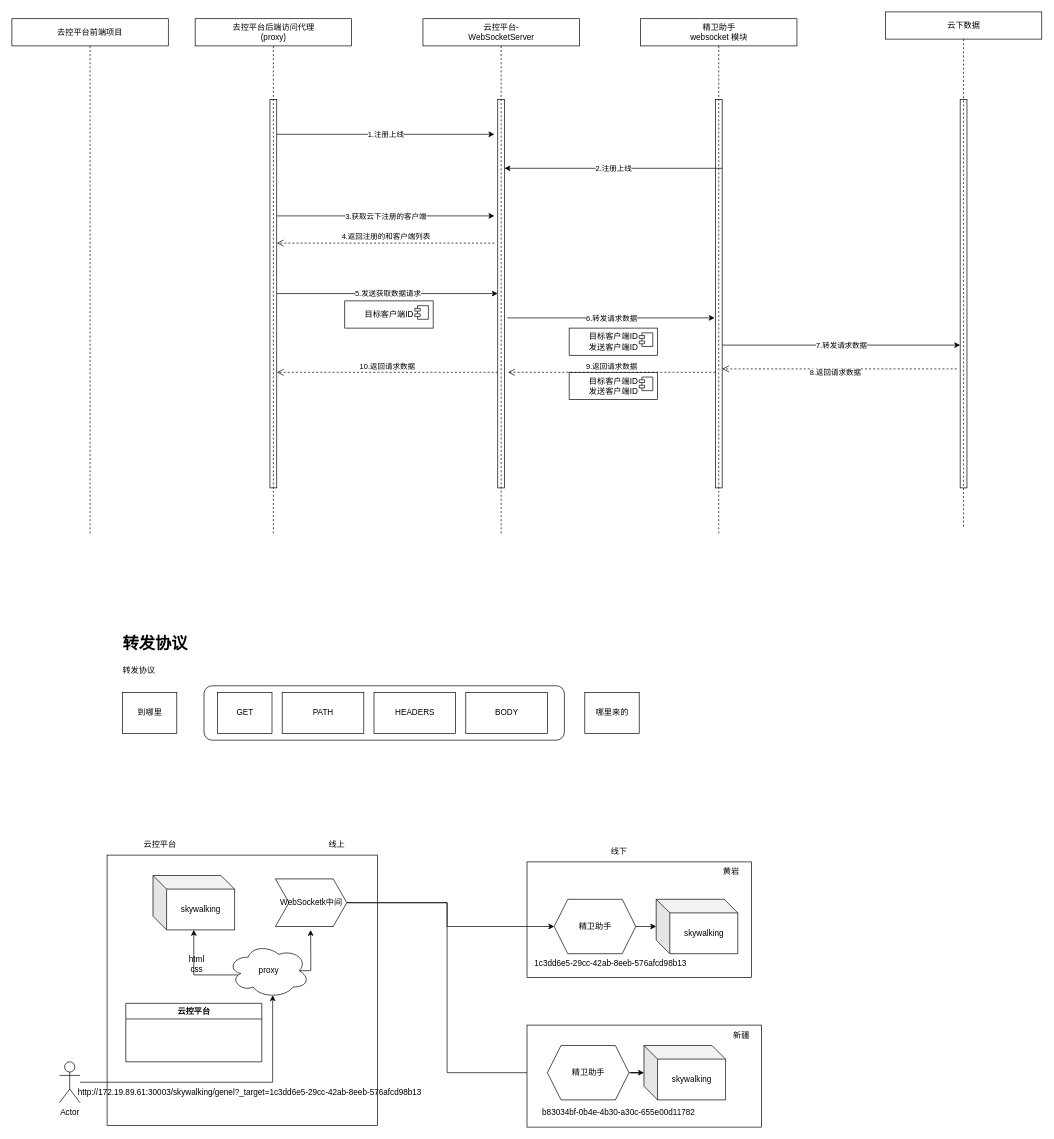
The draw.io diagram 云控平台.drawio in Snuger/draw, before the edit. Source tidied: cells renumbered, new cells numbered last; positions are measured from the earlier drawing's top-left corner, leaving out a move shared by most shapes. Both pictures are drawn from the tidied source at 68%, with x=0, y=0 at pixel (12, 12).
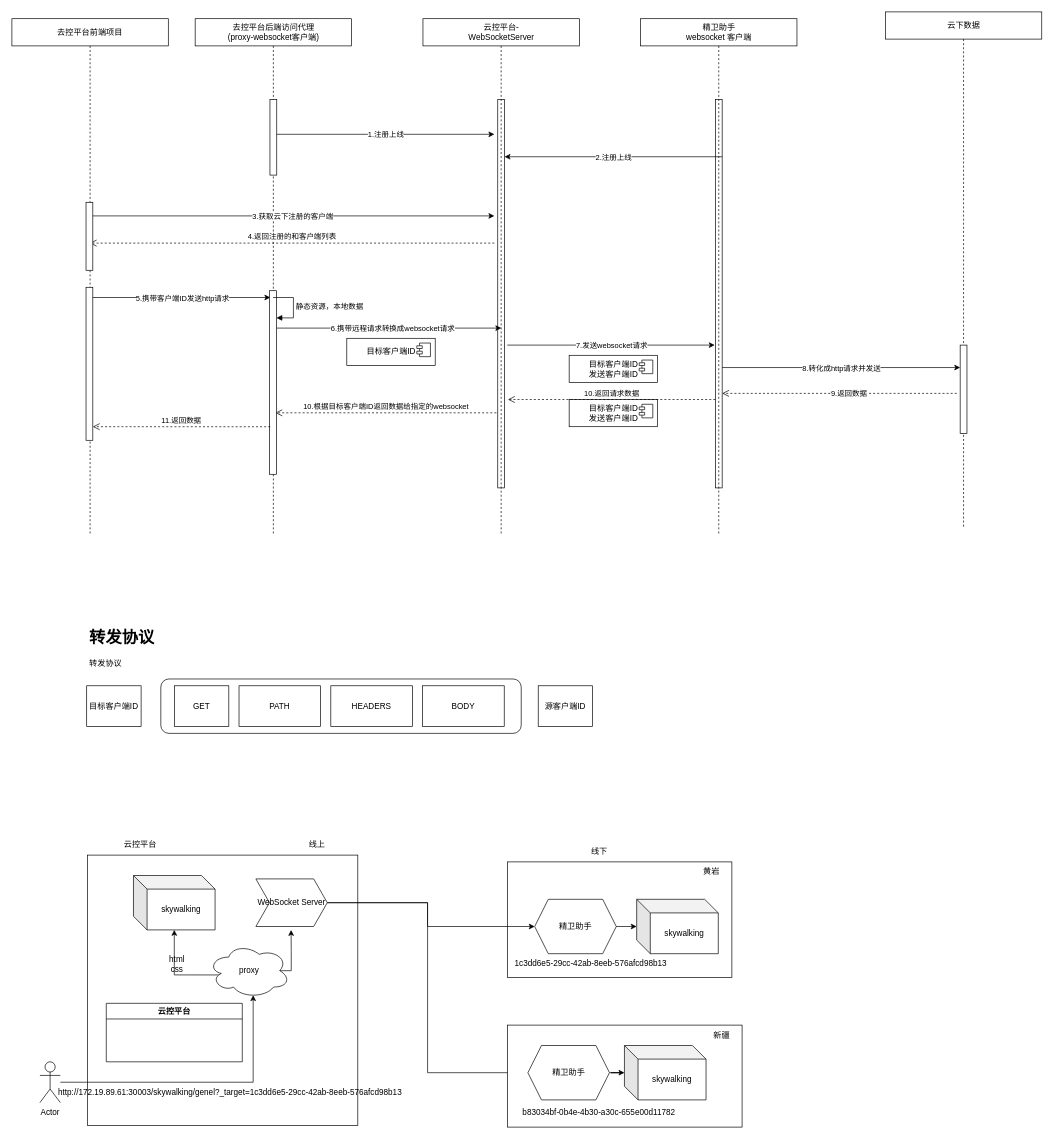
The same page after the edit.

Commit message (it also covers changes not shown here):
更新云控平台.drawio

Unchanged cells that the change refers to:
```xml
<mxCell id="5" style="html=1;points=[[0,0,0,0,5],[0,1,0,0,-5],[1,0,0,0,5],[1,1,0,0,-5]];perimeter=orthogonalPerimeter;outlineConnect=0;targetShapes=umlLifeline;portConstraint=eastwest;newEdgeStyle={&quot;curved&quot;:0,&quot;rounded&quot;:0};" parent="1" vertex="1">
  <mxGeometry x="714.5" y="129" width="10" height="571" as="geometry" />
</mxCell>
<mxCell id="68" value="去控平台前端项目" style="shape=umlLifeline;perimeter=lifelinePerimeter;whiteSpace=wrap;html=1;outlineConnect=0;portConstraint=eastwest;newEdgeStyle={&quot;curved&quot;:0,&quot;rounded&quot;:0};" parent="1" vertex="1">
  <mxGeometry y="10" width="230" height="760" as="geometry" />
</mxCell>
```

What changed in the source:
```diff
@@
+    <mxCell id="33" value="云下数据" style="shape=umlLifeline;perimeter=lifelinePerimeter;whiteSpace=wrap;html=1;newEdgeStyle={&quot;curved&quot;:0,&quot;rounded&quot;:0};" parent="1" vertex="1">
+      <mxGeometry x="1284.5" width="230" height="760" as="geometry" />
+    </mxCell>
+    <mxCell id="69" value="去控平台后端访问代理&lt;br style=&quot;border-color: var(--border-color);&quot;&gt;(proxy-websocket客户端)" style="shape=umlLifeline;perimeter=lifelinePerimeter;whiteSpace=wrap;html=1;newEdgeStyle={&quot;curved&quot;:0,&quot;rounded&quot;:0};" parent="1" vertex="1">
+      <mxGeometry x="269.5" y="10" width="230" height="760" as="geometry" />
+    </mxCell>
     <mxCell id="2" style="rounded=0;whiteSpace=wrap;html=1;" parent="1" vertex="1">
-      <mxGeometry x="757.5" y="1250" width="330" height="170" as="geometry" />
+      <mxGeometry x="728.8" y="1250" width="330" height="170" as="geometry" />
     </mxCell>
     <mxCell id="3" style="rounded=1;whiteSpace=wrap;html=1;" parent="1" vertex="1">
-      <mxGeometry x="282.5" y="991" width="530" height="80" as="geometry" />
+      <mxGeometry x="219" y="981" width="530" height="80" as="geometry" />
     </mxCell>
     <mxCell id="4" style="html=1;points=[[0,0,0,0,5],[0,1,0,0,-5],[1,0,0,0,5],[1,1,0,0,-5]];perimeter=orthogonalPerimeter;outlineConnect=0;targetShapes=umlLifeline;portConstraint=eastwest;newEdgeStyle={&quot;curved&quot;:0,&quot;rounded&quot;:0};" parent="1" vertex="1">
-      <mxGeometry x="379.5" y="129" width="10" height="571" as="geometry" />
+      <mxGeometry x="379.5" y="129" width="10" height="111" as="geometry" />
     </mxCell>
@@
     <mxCell id="7" style="html=1;points=[[0,0,0,0,5],[0,1,0,0,-5],[1,0,0,0,5],[1,1,0,0,-5]];perimeter=orthogonalPerimeter;outlineConnect=0;targetShapes=umlLifeline;portConstraint=eastwest;newEdgeStyle={&quot;curved&quot;:0,&quot;rounded&quot;:0};" parent="1" vertex="1">
-      <mxGeometry x="1394.5" y="129" width="10" height="571" as="geometry" />
+      <mxGeometry x="1394.5" y="490" width="10" height="130" as="geometry" />
     </mxCell>
@@
-    <mxCell id="10" style="endArrow=classic;html=1;rounded=0;" parent="1" edge="1" target="5">
+    <mxCell id="10" style="endArrow=classic;html=1;rounded=0;" parent="1" edge="1">
       <mxGeometry relative="1" as="geometry">
-        <mxPoint x="1044.5" y="230" as="sourcePoint" />
+        <mxPoint x="1044.5" y="213" as="sourcePoint" />
+        <mxPoint x="724.5" y="213" as="targetPoint" />
       </mxGeometry>
     </mxCell>
@@
-    <mxCell id="12" style="endArrow=classic;html=1;rounded=0;" parent="1" edge="1">
+    <mxCell id="12" style="endArrow=classic;html=1;rounded=0;" parent="1" edge="1" source="68">
       <mxGeometry relative="1" as="geometry">
-        <mxPoint x="389.5" y="300" as="sourcePoint" />
         <mxPoint x="709.5" y="300" as="targetPoint" />
       </mxGeometry>
     </mxCell>
@@
-    <mxCell id="14" value="4.返回注册的和客户端列表" style="html=1;verticalAlign=bottom;endArrow=open;dashed=1;endSize=8;curved=0;rounded=0;" parent="1" edge="1">
+    <mxCell id="14" value="4.返回注册的和客户端列表" style="html=1;verticalAlign=bottom;endArrow=open;dashed=1;endSize=8;curved=0;rounded=0;" parent="1" edge="1" target="68">
       <mxGeometry relative="1" as="geometry">
         <mxPoint x="709.5" y="340" as="sourcePoint" />
-        <mxPoint x="389.5" y="340" as="targetPoint" />
       </mxGeometry>
     </mxCell>
-    <mxCell id="15" style="endArrow=classic;html=1;rounded=0;" parent="1" edge="1" source="4">
+    <mxCell id="15" style="endArrow=classic;html=1;rounded=0;" parent="1" edge="1">
       <mxGeometry relative="1" as="geometry">
-        <mxPoint x="714.5" y="414.2" as="targetPoint" />
+        <mxPoint x="389.5" y="465" as="sourcePoint" />
+        <mxPoint x="719.7" y="465" as="targetPoint" />
       </mxGeometry>
     </mxCell>
-    <mxCell id="16" value="5.发送获取数据请求" style="edgeLabel;html=1;align=center;verticalAlign=middle;" parent="15" vertex="1">
-      <mxGeometry relative="1" as="geometry" />
+    <mxCell id="16" value="6.携带远程请求转换成websocket请求" style="edgeLabel;html=1;align=center;verticalAlign=middle;" parent="15" vertex="1">
+      <mxGeometry relative="1" as="geometry">
+        <mxPoint x="5" as="offset" />
+      </mxGeometry>
     </mxCell>
     <mxCell id="17" value="目标客户端ID" style="html=1;whiteSpace=wrap;" parent="1" vertex="1">
-      <mxGeometry x="489.5" y="425" width="130" height="40" as="geometry" />
+      <mxGeometry x="492.5" y="480" width="130" height="40" as="geometry" />
     </mxCell>
@@
     <mxCell id="19" style="endArrow=classic;html=1;rounded=0;" parent="1" edge="1">
       <mxGeometry relative="1" as="geometry">
-        <mxPoint x="728.5" y="450" as="sourcePoint" />
-        <mxPoint x="1033.5" y="450" as="targetPoint" />
+        <mxPoint x="728.5" y="490" as="sourcePoint" />
+        <mxPoint x="1033.5" y="490" as="targetPoint" />
       </mxGeometry>
     </mxCell>
-    <mxCell id="20" value="6.转发请求数据" style="edgeLabel;html=1;align=center;verticalAlign=middle;" parent="19" vertex="1">
+    <mxCell id="20" value="7.发送websocket请求" style="edgeLabel;html=1;align=center;verticalAlign=middle;" parent="19" vertex="1">
       <mxGeometry relative="1" as="geometry" />
     </mxCell>
     <mxCell id="21" value="目标客户端ID&lt;br&gt;发送客户端ID" style="html=1;whiteSpace=wrap;" parent="1" vertex="1">
-      <mxGeometry x="819.5" y="465" width="130" height="40" as="geometry" />
+      <mxGeometry x="819.5" y="505" width="130" height="40" as="geometry" />
     </mxCell>
@@
-    <mxCell id="23" style="endArrow=classic;html=1;rounded=0;" parent="1" edge="1" target="7">
+    <mxCell id="23" style="endArrow=classic;html=1;rounded=0;" parent="1" edge="1">
       <mxGeometry relative="1" as="geometry">
-        <mxPoint x="1044.5" y="490" as="sourcePoint" />
+        <mxPoint x="1044.5" y="523" as="sourcePoint" />
+        <mxPoint x="1394.5" y="523" as="targetPoint" />
       </mxGeometry>
     </mxCell>
-    <mxCell id="24" value="7.转发请求数据" style="edgeLabel;html=1;align=center;verticalAlign=middle;" parent="23" vertex="1">
+    <mxCell id="24" value="8.转化成http请求并发送" style="edgeLabel;html=1;align=center;verticalAlign=middle;" parent="23" vertex="1">
       <mxGeometry relative="1" as="geometry" />
     </mxCell>
     <mxCell id="25" value="目标客户端ID&lt;br&gt;发送客户端ID" style="html=1;whiteSpace=wrap;" parent="1" vertex="1">
-      <mxGeometry x="819.5" y="530" width="130" height="40" as="geometry" />
+      <mxGeometry x="819.5" y="570" width="130" height="40" as="geometry" />
     </mxCell>
@@
-    <mxCell id="27" value="8.返回请求数据" style="html=1;verticalAlign=bottom;endArrow=open;dashed=1;endSize=8;curved=0;rounded=0;" parent="1" edge="1">
-      <mxGeometry x="0.04" y="15" relative="1" as="geometry">
-        <mxPoint x="1389.5" y="525" as="sourcePoint" />
-        <mxPoint x="1044.5" y="525" as="targetPoint" />
+    <mxCell id="27" value="9.返回数据" style="html=1;verticalAlign=bottom;endArrow=open;dashed=1;endSize=8;curved=0;rounded=0;" parent="1" edge="1">
+      <mxGeometry x="-0.08" y="9" relative="1" as="geometry">
+        <mxPoint x="1389.5" y="561" as="sourcePoint" />
+        <mxPoint x="1044.5" y="561" as="targetPoint" />
       </mxGeometry>
     </mxCell>
-    <mxCell id="28" value="9.返回请求数据" style="html=1;verticalAlign=bottom;endArrow=open;dashed=1;endSize=8;curved=0;rounded=0;" parent="1" edge="1">
+    <mxCell id="28" value="10.返回请求数据" style="html=1;verticalAlign=bottom;endArrow=open;dashed=1;endSize=8;curved=0;rounded=0;" parent="1" edge="1">
       <mxGeometry relative="1" as="geometry">
-        <mxPoint x="1034.5" y="530" as="sourcePoint" />
-        <mxPoint x="729.5" y="530" as="targetPoint" />
+        <mxPoint x="1034.5" y="570" as="sourcePoint" />
+        <mxPoint x="729.5" y="570" as="targetPoint" />
       </mxGeometry>
     </mxCell>
-    <mxCell id="29" value="10.返回请求数据" style="html=1;verticalAlign=bottom;endArrow=open;dashed=1;endSize=8;curved=0;rounded=0;" parent="1" edge="1">
+    <mxCell id="29" value="10.根据目标客户端ID返回数据给指定的websocket" style="html=1;verticalAlign=bottom;endArrow=open;dashed=1;endSize=8;curved=0;rounded=0;" parent="1" edge="1">
       <mxGeometry relative="1" as="geometry">
-        <mxPoint x="714.5" y="530" as="sourcePoint" />
-        <mxPoint x="389.5" y="530" as="targetPoint" />
+        <mxPoint x="712.5" y="589.6" as="sourcePoint" />
+        <mxPoint x="387.5" y="589.6" as="targetPoint" />
       </mxGeometry>
     </mxCell>
-    <mxCell id="30" value="去控平台后端访问代理&lt;br&gt;(proxy)" style="shape=umlLifeline;perimeter=lifelinePerimeter;whiteSpace=wrap;html=1;newEdgeStyle={&quot;curved&quot;:0,&quot;rounded&quot;:0};" parent="1" vertex="1">
-      <mxGeometry x="269.5" y="10" width="230" height="760" as="geometry" />
-    </mxCell>
@@
-    <mxCell id="32" value="精卫助手&lt;br style=&quot;border-color: var(--border-color);&quot;&gt;websocket&amp;nbsp;模块" style="shape=umlLifeline;perimeter=lifelinePerimeter;whiteSpace=wrap;html=1;newEdgeStyle={&quot;curved&quot;:0,&quot;rounded&quot;:0};" parent="1" vertex="1">
+    <mxCell id="32" value="精卫助手&lt;br style=&quot;border-color: var(--border-color);&quot;&gt;websocket&amp;nbsp;客户端" style="shape=umlLifeline;perimeter=lifelinePerimeter;whiteSpace=wrap;html=1;newEdgeStyle={&quot;curved&quot;:0,&quot;rounded&quot;:0};" parent="1" vertex="1">
       <mxGeometry x="924.5" y="10" width="230" height="760" as="geometry" />
     </mxCell>
-    <mxCell id="33" value="云下数据" style="shape=umlLifeline;perimeter=lifelinePerimeter;whiteSpace=wrap;html=1;newEdgeStyle={&quot;curved&quot;:0,&quot;rounded&quot;:0};" parent="1" vertex="1">
-      <mxGeometry x="1284.5" width="230" height="760" as="geometry" />
-    </mxCell>
     <mxCell id="34" value="GET" style="rounded=0;whiteSpace=wrap;html=1;" parent="1" vertex="1">
-      <mxGeometry x="302.5" y="1001" width="80" height="60" as="geometry" />
+      <mxGeometry x="239" y="991" width="80" height="60" as="geometry" />
     </mxCell>
     <mxCell id="35" value="PATH" style="rounded=0;whiteSpace=wrap;html=1;" parent="1" vertex="1">
-      <mxGeometry x="397.5" y="1001" width="120" height="60" as="geometry" />
+      <mxGeometry x="334" y="991" width="120" height="60" as="geometry" />
     </mxCell>
     <mxCell id="36" value="HEADERS" style="rounded=0;whiteSpace=wrap;html=1;" parent="1" vertex="1">
-      <mxGeometry x="532.5" y="1001" width="120" height="60" as="geometry" />
+      <mxGeometry x="469" y="991" width="120" height="60" as="geometry" />
     </mxCell>
     <mxCell id="37" value="BODY" style="rounded=0;whiteSpace=wrap;html=1;" parent="1" vertex="1">
-      <mxGeometry x="667.5" y="1001" width="120" height="60" as="geometry" />
+      <mxGeometry x="604" y="991" width="120" height="60" as="geometry" />
     </mxCell>
-    <mxCell id="38" value="到哪里" style="rounded=0;whiteSpace=wrap;html=1;" parent="1" vertex="1">
-      <mxGeometry x="162.5" y="1001" width="80" height="60" as="geometry" />
+    <mxCell id="38" value="目标客户端ID" style="rounded=0;whiteSpace=wrap;html=1;" parent="1" vertex="1">
+      <mxGeometry x="110" y="991" width="80" height="60" as="geometry" />
     </mxCell>
-    <mxCell id="39" value="哪里来的" style="rounded=0;whiteSpace=wrap;html=1;" parent="1" vertex="1">
-      <mxGeometry x="842.5" y="1001" width="80" height="60" as="geometry" />
+    <mxCell id="39" value="源客户端ID" style="rounded=0;whiteSpace=wrap;html=1;" parent="1" vertex="1">
+      <mxGeometry x="774" y="991" width="80" height="60" as="geometry" />
     </mxCell>
     <mxCell id="40" value="&lt;h1&gt;转发协议&lt;/h1&gt;&lt;p&gt;转发协议&lt;/p&gt;" style="text;html=1;strokeColor=none;fillColor=none;spacing=5;spacingTop=-20;whiteSpace=wrap;overflow=hidden;rounded=0;" parent="1" vertex="1">
-      <mxGeometry x="157.5" y="910" width="190" height="70" as="geometry" />
+      <mxGeometry x="109" y="900" width="190" height="70" as="geometry" />
     </mxCell>
     <mxCell id="41" style="whiteSpace=wrap;html=1;" parent="1" vertex="1">
-      <mxGeometry x="140" y="1240" width="397.5" height="397.5" as="geometry" />
+      <mxGeometry x="111.2" y="1240" width="397.5" height="397.5" as="geometry" />
     </mxCell>
     <mxCell id="42" value="skywalking" style="shape=cube;whiteSpace=wrap;html=1;boundedLbl=1;backgroundOutline=1;darkOpacity=0.05;darkOpacity2=0.1;" parent="1" vertex="1">
-      <mxGeometry x="207.5" y="1270" width="120" height="80" as="geometry" />
+      <mxGeometry x="178.8" y="1270" width="120" height="80" as="geometry" />
     </mxCell>
     <mxCell id="43" style="edgeStyle=orthogonalEdgeStyle;rounded=0;jettySize=auto;html=1;exitX=0.172;exitY=0.578;exitDx=0;exitDy=0;exitPerimeter=0;" parent="1" edge="1" source="45" target="42">
       <mxGeometry relative="1" as="geometry">
         <Array as="points">
-          <mxPoint x="267.5" y="1416" />
+          <mxPoint x="238.8" y="1416" />
         </Array>
       </mxGeometry>
     </mxCell>
     <mxCell id="44" style="edgeStyle=orthogonalEdgeStyle;rounded=0;jettySize=auto;html=1;entryX=0.493;entryY=1.073;entryDx=0;entryDy=0;entryPerimeter=0;exitX=0.875;exitY=0.5;exitDx=0;exitDy=0;exitPerimeter=0;" parent="1" edge="1" source="45" target="55">
       <mxGeometry relative="1" as="geometry">
         <Array as="points">
-          <mxPoint x="439.5" y="1410" />
-          <mxPoint x="439.5" y="1380" />
+          <mxPoint x="410.8" y="1410" />
+          <mxPoint x="410.8" y="1380" />
         </Array>
       </mxGeometry>
     </mxCell>
     <mxCell id="45" value="proxy" style="ellipse;shape=cloud;whiteSpace=wrap;html=1;" parent="1" vertex="1">
-      <mxGeometry x="317.5" y="1370" width="120" height="80" as="geometry" />
+      <mxGeometry x="288.8" y="1370" width="120" height="80" as="geometry" />
     </mxCell>
     <mxCell id="46" value="线上" style="text;html=1;strokeColor=none;fillColor=none;align=center;verticalAlign=middle;whiteSpace=wrap;rounded=0;" parent="1" vertex="1">
-      <mxGeometry x="447.5" y="1210" width="60" height="30" as="geometry" />
+      <mxGeometry x="418.8" y="1210" width="60" height="30" as="geometry" />
     </mxCell>
     <mxCell id="47" value="线下" style="text;html=1;strokeColor=none;fillColor=none;align=center;verticalAlign=middle;whiteSpace=wrap;rounded=0;" parent="1" vertex="1">
-      <mxGeometry x="862.5" y="1220" width="60" height="30" as="geometry" />
+      <mxGeometry x="833.8" y="1220" width="60" height="30" as="geometry" />
     </mxCell>
     <mxCell id="48" value="Actor" style="shape=umlActor;verticalLabelPosition=bottom;verticalAlign=top;html=1;outlineConnect=0;" parent="1" vertex="1">
-      <mxGeometry x="70" y="1544" width="30" height="60" as="geometry" />
+      <mxGeometry x="41.2" y="1544" width="30" height="60" as="geometry" />
     </mxCell>
@@
     <mxCell id="50" value="http://172.19.89.61:30003/skywalking/genel?_target=1c3dd6e5-29cc-42ab-8eeb-576afcd98b13" style="text;html=1;strokeColor=none;fillColor=none;align=center;verticalAlign=middle;whiteSpace=wrap;rounded=0;" parent="1" vertex="1">
-      <mxGeometry x="75" y="1574" width="550" height="30" as="geometry" />
+      <mxGeometry x="46.2" y="1574" width="550" height="30" as="geometry" />
     </mxCell>
     <mxCell id="51" value="html&lt;br&gt;css" style="text;html=1;strokeColor=none;fillColor=none;align=center;verticalAlign=middle;whiteSpace=wrap;rounded=0;" parent="1" vertex="1">
-      <mxGeometry x="241.5" y="1385" width="60" height="30" as="geometry" />
+      <mxGeometry x="212.8" y="1385" width="60" height="30" as="geometry" />
     </mxCell>
     <mxCell id="52" value="skywalking" style="shape=cube;whiteSpace=wrap;html=1;boundedLbl=1;backgroundOutline=1;darkOpacity=0.05;darkOpacity2=0.1;" parent="1" vertex="1">
-      <mxGeometry x="947.5" y="1305" width="120" height="80" as="geometry" />
+      <mxGeometry x="918.8" y="1305" width="120" height="80" as="geometry" />
     </mxCell>
     <mxCell id="53" style="edgeStyle=orthogonalEdgeStyle;rounded=0;jettySize=auto;html=1;" parent="1" edge="1" source="55" target="63">
       <mxGeometry relative="1" as="geometry">
         <Array as="points">
-          <mxPoint x="640" y="1310" />
-          <mxPoint x="640" y="1345" />
+          <mxPoint x="611.2" y="1310" />
+          <mxPoint x="611.2" y="1345" />
         </Array>
       </mxGeometry>
     </mxCell>
@@
-    <mxCell id="55" value="WebSocketk中间" style="shape=step;perimeter=stepPerimeter;whiteSpace=wrap;html=1;fixedSize=1;" parent="1" vertex="1">
-      <mxGeometry x="387.5" y="1275" width="105" height="70" as="geometry" />
+    <mxCell id="55" value="WebSocket&amp;nbsp;Server" style="shape=step;perimeter=stepPerimeter;whiteSpace=wrap;html=1;fixedSize=1;" parent="1" vertex="1">
+      <mxGeometry x="358.8" y="1275" width="105" height="70" as="geometry" />
     </mxCell>
     <mxCell id="56" value="云控平台" style="text;html=1;strokeColor=none;fillColor=none;align=center;verticalAlign=middle;whiteSpace=wrap;rounded=0;" parent="1" vertex="1">
-      <mxGeometry x="187.5" y="1210" width="60" height="30" as="geometry" />
+      <mxGeometry x="158.8" y="1210" width="60" height="30" as="geometry" />
     </mxCell>
     <mxCell id="57" style="rounded=0;whiteSpace=wrap;html=1;" parent="1" vertex="1">
-      <mxGeometry x="757.5" y="1490" width="345" height="150" as="geometry" />
+      <mxGeometry x="728.8" y="1490" width="345" height="150" as="geometry" />
     </mxCell>
     <mxCell id="58" value="skywalking" style="shape=cube;whiteSpace=wrap;html=1;boundedLbl=1;backgroundOutline=1;darkOpacity=0.05;darkOpacity2=0.1;" parent="1" vertex="1">
-      <mxGeometry x="929.5" y="1520" width="120" height="80" as="geometry" />
+      <mxGeometry x="900.8" y="1520" width="120" height="80" as="geometry" />
     </mxCell>
     <mxCell id="59" value="黄岩" style="text;html=1;strokeColor=none;fillColor=none;align=center;verticalAlign=middle;whiteSpace=wrap;rounded=0;" parent="1" vertex="1">
-      <mxGeometry x="1027.5" y="1250" width="60" height="30" as="geometry" />
+      <mxGeometry x="998.8" y="1250" width="60" height="30" as="geometry" />
     </mxCell>
     <mxCell id="60" value="新疆" style="text;html=1;strokeColor=none;fillColor=none;align=center;verticalAlign=middle;whiteSpace=wrap;rounded=0;" parent="1" vertex="1">
-      <mxGeometry x="1042.5" y="1490" width="60" height="30" as="geometry" />
+      <mxGeometry x="1013.8" y="1490" width="60" height="30" as="geometry" />
     </mxCell>
     <mxCell id="61" value="1c3dd6e5-29cc-42ab-8eeb-576afcd98b13" style="text;html=1;strokeColor=none;fillColor=none;align=center;verticalAlign=middle;whiteSpace=wrap;rounded=0;" parent="1" vertex="1">
-      <mxGeometry x="732.5" y="1385" width="295" height="30" as="geometry" />
+      <mxGeometry x="703.8" y="1385" width="295" height="30" as="geometry" />
     </mxCell>
     <mxCell id="62" value="b83034bf-0b4e-4b30-a30c-655e00d11782" style="text;html=1;strokeColor=none;fillColor=none;align=center;verticalAlign=middle;whiteSpace=wrap;rounded=0;" parent="1" vertex="1">
-      <mxGeometry x="744.5" y="1604" width="295" height="30" as="geometry" />
+      <mxGeometry x="715.8" y="1604" width="295" height="30" as="geometry" />
     </mxCell>
     <mxCell id="63" value="精卫助手" style="shape=hexagon;perimeter=hexagonPerimeter2;whiteSpace=wrap;html=1;fixedSize=1;" parent="1" vertex="1">
-      <mxGeometry x="797.5" y="1305" width="120" height="80" as="geometry" />
+      <mxGeometry x="768.8" y="1305" width="120" height="80" as="geometry" />
     </mxCell>
@@
     <mxCell id="65" value="精卫助手" style="shape=hexagon;perimeter=hexagonPerimeter2;whiteSpace=wrap;html=1;fixedSize=1;" parent="1" vertex="1">
-      <mxGeometry x="787.5" y="1520" width="120" height="80" as="geometry" />
+      <mxGeometry x="758.8" y="1520" width="120" height="80" as="geometry" />
     </mxCell>
     <mxCell id="66" value="云控平台" style="swimlane;whiteSpace=wrap;html=1;fillColor=#FFFFFF;" parent="1" vertex="1">
-      <mxGeometry x="167.5" y="1458" width="200" height="86" as="geometry" />
+      <mxGeometry x="138.8" y="1458" width="200" height="86" as="geometry" />
     </mxCell>
@@
+    <mxCell id="70" style="html=1;points=[[0,0,0,0,5],[0,1,0,0,-5],[1,0,0,0,5],[1,1,0,0,-5]];perimeter=orthogonalPerimeter;outlineConnect=0;targetShapes=umlLifeline;portConstraint=eastwest;newEdgeStyle={&quot;curved&quot;:0,&quot;rounded&quot;:0};" parent="68" vertex="1">
+      <mxGeometry x="109" y="395" width="10" height="225" as="geometry" />
+    </mxCell>
+    <mxCell id="71" style="endArrow=classic;html=1;rounded=0;" parent="1" edge="1" source="70">
+      <mxGeometry relative="1" as="geometry">
+        <mxPoint x="380" y="420" as="targetPoint" />
+      </mxGeometry>
+    </mxCell>
+    <mxCell id="72" value="5.携带客户端ID发送http请求" style="edgeLabel;html=1;align=center;verticalAlign=middle;" parent="71" vertex="1">
+      <mxGeometry relative="1" as="geometry" />
+    </mxCell>
+    <mxCell id="73" style="html=1;points=[[0,0,0,0,5],[0,1,0,0,-5],[1,0,0,0,5],[1,1,0,0,-5]];perimeter=orthogonalPerimeter;outlineConnect=0;targetShapes=umlLifeline;portConstraint=eastwest;newEdgeStyle={&quot;curved&quot;:0,&quot;rounded&quot;:0};" parent="1" vertex="1">
+      <mxGeometry x="379" y="410" width="10" height="270" as="geometry" />
+    </mxCell>
+    <mxCell id="74" value="静态资源，本地数据" style="html=1;align=left;spacingLeft=2;endArrow=block;rounded=0;edgeStyle=orthogonalEdgeStyle;curved=0;rounded=0;" parent="1" edge="1" target="73">
+      <mxGeometry relative="1" as="geometry">
+        <mxPoint x="384" y="420" as="sourcePoint" />
+        <Array as="points">
+          <mxPoint x="414" y="450" />
+        </Array>
+      </mxGeometry>
+    </mxCell>
+    <mxCell id="75" style="html=1;perimeter=orthogonalPerimeter;targetShapes=umlLifeline;newEdgeStyle={&quot;curved&quot;:0,&quot;rounded&quot;:0};" parent="1" vertex="1">
+      <mxGeometry x="109" y="280" width="10" height="100" as="geometry" />
+    </mxCell>
+    <mxCell id="76" value="11.返回数据" style="html=1;verticalAlign=bottom;endArrow=open;dashed=1;endSize=8;curved=0;rounded=0;exitX=0.1;exitY=0.741;exitDx=0;exitDy=0;exitPerimeter=0;" parent="1" edge="1" source="73">
+      <mxGeometry relative="1" as="geometry">
+        <mxPoint x="119" y="610" as="targetPoint" />
+      </mxGeometry>
+    </mxCell>
```
